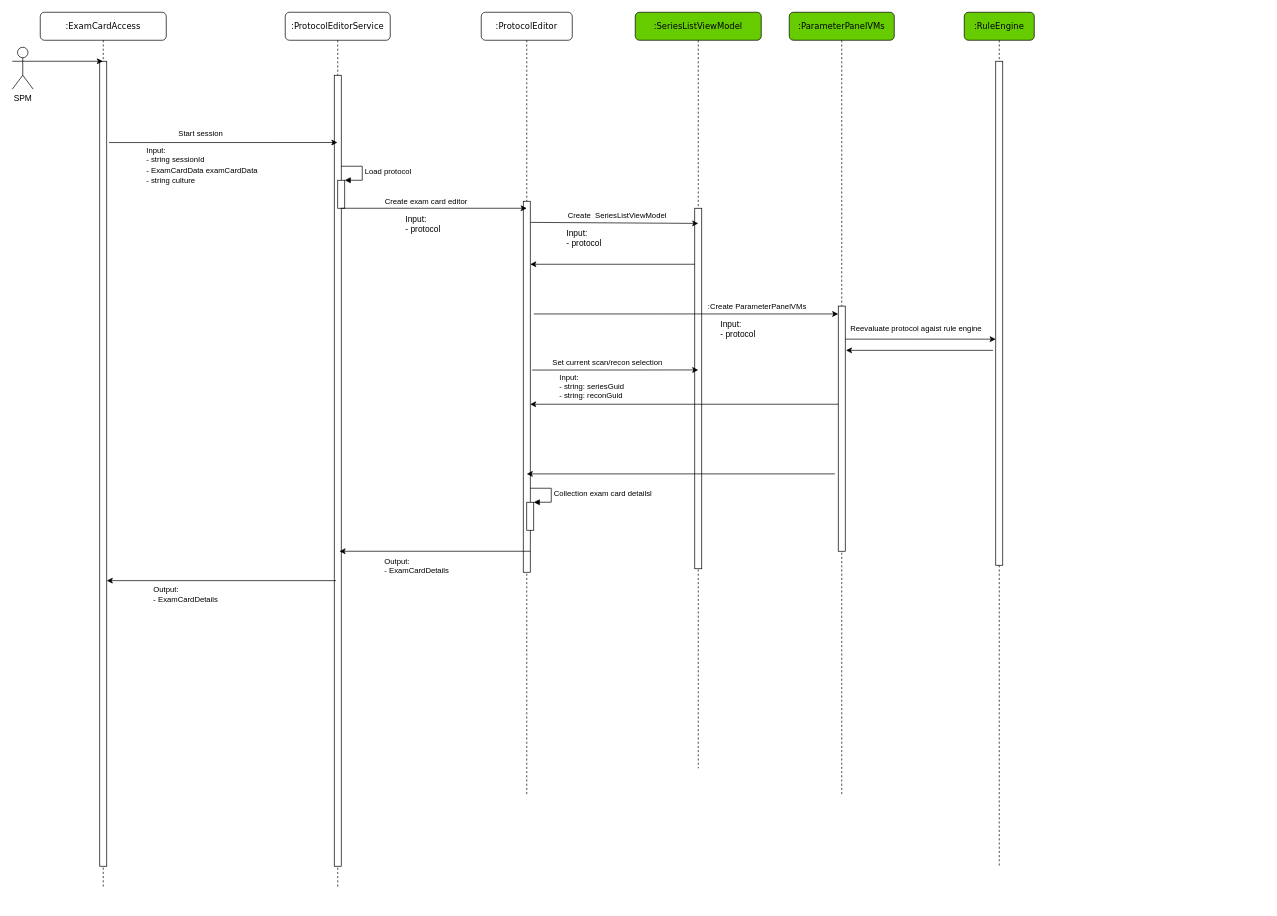
This is SPM-EditParameter.drawio from dfzhangdw/Mindset, a draw.io file, before an edit. Source tidied: cells renumbered, new cells numbered last; positions are measured from the earlier drawing's top-left corner, leaving out a move shared by most shapes. Both pictures are drawn from the tidied source at 70%, with x=0, y=0 at pixel (12, 12).
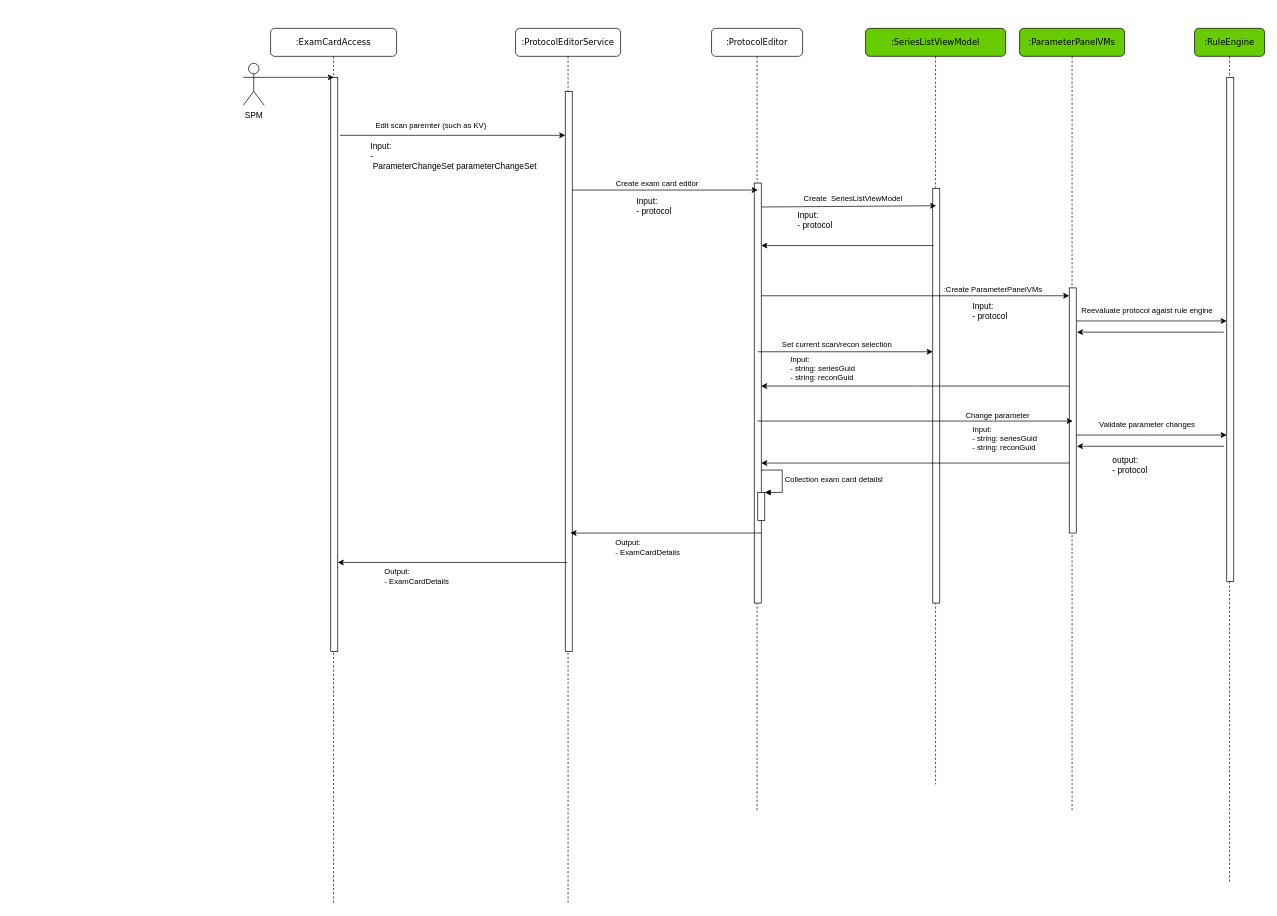
Above is the later version.

What changed in the source:
```diff
@@
     <mxCell id="2" value=":ProtocolEditorService" style="shape=umlLifeline;perimeter=lifelinePerimeter;whiteSpace=wrap;html=1;rounded=1;shadow=0;comic=0;labelBackgroundColor=none;strokeWidth=1;fontFamily=Verdana;fontSize=12;align=center;" parent="1" vertex="1">
-      <mxGeometry x="390" width="150" height="1250" as="geometry" />
+      <mxGeometry x="719" y="23" width="150" height="1250" as="geometry" />
     </mxCell>
     <mxCell id="3" style="html=1;points=[];perimeter=orthogonalPerimeter;rounded=0;shadow=0;comic=0;labelBackgroundColor=none;strokeWidth=1;fontFamily=Verdana;fontSize=12;align=center;" parent="2" vertex="1">
-      <mxGeometry x="70" y="90" width="10" height="1130" as="geometry" />
+      <mxGeometry x="71" y="90" width="10" height="800" as="geometry" />
     </mxCell>
-    <mxCell id="4" style="html=1;points=[];perimeter=orthogonalPerimeter;fontSize=11;" parent="2" vertex="1">
-      <mxGeometry x="75" y="240" width="10" height="40" as="geometry" />
-    </mxCell>
-    <mxCell id="5" value="Load protocol" style="edgeStyle=orthogonalEdgeStyle;html=1;align=left;spacingLeft=2;endArrow=block;rounded=0;entryX=1;entryY=0;fontSize=11;" parent="2" edge="1" target="4">
-      <mxGeometry relative="1" as="geometry">
-        <mxPoint x="80" y="220" as="sourcePoint" />
-        <Array as="points">
-          <mxPoint x="110" y="220" />
-        </Array>
-      </mxGeometry>
-    </mxCell>
     <mxCell id="6" value=":ProtocolEditor" style="shape=umlLifeline;perimeter=lifelinePerimeter;whiteSpace=wrap;html=1;rounded=1;shadow=0;comic=0;labelBackgroundColor=none;strokeWidth=1;fontFamily=Verdana;fontSize=12;align=center;" parent="1" vertex="1">
-      <mxGeometry x="670" width="130" height="1120" as="geometry" />
+      <mxGeometry x="999" y="23" width="130" height="1120" as="geometry" />
     </mxCell>
     <mxCell id="7" style="html=1;points=[];perimeter=orthogonalPerimeter;fontSize=11;" parent="6" vertex="1">
-      <mxGeometry x="60" y="270" width="10" height="530" as="geometry" />
+      <mxGeometry x="61" y="221" width="10" height="600" as="geometry" />
     </mxCell>
     <mxCell id="8" style="html=1;points=[];perimeter=orthogonalPerimeter;fontSize=11;" parent="6" vertex="1">
-      <mxGeometry x="65" y="700" width="10" height="40" as="geometry" />
+      <mxGeometry x="66" y="663" width="10" height="40" as="geometry" />
     </mxCell>
     <mxCell id="9" value="Collection exam card detailsl" style="edgeStyle=orthogonalEdgeStyle;html=1;align=left;spacingLeft=2;endArrow=block;rounded=0;entryX=1;entryY=0;fontSize=11;" parent="6" edge="1" target="8">
       <mxGeometry relative="1" as="geometry">
-        <mxPoint x="70" y="680" as="sourcePoint" />
+        <mxPoint x="71" y="631" as="sourcePoint" />
         <Array as="points">
-          <mxPoint x="100" y="680" />
+          <mxPoint x="101" y="631" />
         </Array>
       </mxGeometry>
     </mxCell>
     <mxCell id="10" style="endArrow=classic;html=1;rounded=0;fontSize=11;" parent="6" edge="1">
       <mxGeometry relative="1" as="geometry">
-        <mxPoint x="70" y="770" as="sourcePoint" />
-        <mxPoint x="-202.5" y="770" as="targetPoint" />
+        <mxPoint x="71" y="721" as="sourcePoint" />
+        <mxPoint x="-201.5" y="721" as="targetPoint" />
       </mxGeometry>
     </mxCell>
     <mxCell id="11" value=":SeriesListViewModel" style="shape=umlLifeline;perimeter=lifelinePerimeter;whiteSpace=wrap;html=1;rounded=1;shadow=0;comic=0;labelBackgroundColor=none;strokeWidth=1;fontFamily=Verdana;fontSize=12;align=center;fillColor=#66CC00;" parent="1" vertex="1">
-      <mxGeometry x="890" width="180" height="1080" as="geometry" />
+      <mxGeometry x="1219" y="23" width="200" height="1080" as="geometry" />
     </mxCell>
     <mxCell id="12" style="html=1;points=[];perimeter=orthogonalPerimeter;rounded=0;shadow=0;comic=0;labelBackgroundColor=none;strokeWidth=1;fontFamily=Verdana;fontSize=12;align=center;" parent="11" vertex="1">
-      <mxGeometry x="85" y="280" width="10" height="515" as="geometry" />
+      <mxGeometry x="96" y="228.5" width="10" height="592.5" as="geometry" />
     </mxCell>
-    <mxCell id="13" style="endArrow=classic;html=1;rounded=0;fontSize=11;" parent="11" edge="1" target="7">
-      <mxGeometry relative="1" as="geometry">
-        <mxPoint x="85" y="360" as="sourcePoint" />
-      </mxGeometry>
-    </mxCell>
     <mxCell id="14" value="Input:&lt;br&gt;- protocol" style="text;html=1;strokeColor=none;fillColor=none;align=left;verticalAlign=middle;whiteSpace=wrap;rounded=0;" parent="11" vertex="1">
-      <mxGeometry x="120" y="430" width="100" height="45" as="geometry" />
+      <mxGeometry x="151" y="381" width="100" height="45" as="geometry" />
     </mxCell>
     <mxCell id="15" style="endArrow=classic;html=1;rounded=0;fontSize=11;" parent="11" edge="1">
       <mxGeometry relative="1" as="geometry">
-        <mxPoint x="290" y="560" as="sourcePoint" />
-        <mxPoint x="-150.2" y="560" as="targetPoint" />
+        <mxPoint x="291" y="511" as="sourcePoint" />
+        <mxPoint x="-149.2" y="511" as="targetPoint" />
         <Array as="points">
-          <mxPoint x="290" y="560" />
-          <mxPoint x="70" y="560" />
+          <mxPoint x="291" y="511" />
+          <mxPoint x="71" y="511" />
         </Array>
       </mxGeometry>
     </mxCell>
+    <mxCell id="45" value="Input:&lt;br style=&quot;border-color: var(--border-color);&quot;&gt;&lt;span style=&quot;&quot;&gt;- string:&amp;nbsp;seriesGuid&lt;/span&gt;&lt;br style=&quot;border-color: var(--border-color);&quot;&gt;&lt;span style=&quot;&quot;&gt;- string: reconGuid&lt;/span&gt;" style="text;html=1;align=left;verticalAlign=middle;strokeColor=none;fillColor=none;fontSize=11;" parent="11" vertex="1">
+      <mxGeometry x="151" y="561" width="120" height="50" as="geometry" />
+    </mxCell>
+    <mxCell id="20" style="endArrow=classic;html=1;rounded=0;fontSize=11;" parent="11" edge="1">
+      <mxGeometry relative="1" as="geometry">
+        <mxPoint x="291.2" y="621" as="sourcePoint" />
+        <mxPoint x="-149" y="621" as="targetPoint" />
+        <Array as="points">
+          <mxPoint x="291.2" y="621" />
+          <mxPoint x="71.2" y="621" />
+        </Array>
+      </mxGeometry>
+    </mxCell>
     <mxCell id="16" value=":RuleEngine" style="shape=umlLifeline;perimeter=lifelinePerimeter;whiteSpace=wrap;html=1;rounded=1;shadow=0;comic=0;labelBackgroundColor=none;strokeWidth=1;fontFamily=Verdana;fontSize=12;align=center;fillColor=#66CC00;" parent="1" vertex="1">
-      <mxGeometry x="1360" width="100" height="1220" as="geometry" />
+      <mxGeometry x="1689" y="23" width="100" height="1220" as="geometry" />
     </mxCell>
     <mxCell id="17" style="html=1;perimeter=orthogonalPerimeter;rounded=0;shadow=0;comic=0;labelBackgroundColor=none;strokeWidth=1;fontFamily=Verdana;fontSize=12;align=center;" parent="16" vertex="1">
-      <mxGeometry x="45" y="70" width="10" height="720" as="geometry" />
+      <mxGeometry x="46" y="70" width="10" height="720" as="geometry" />
     </mxCell>
     <mxCell id="18" value=":ParameterPanelVMs" style="shape=umlLifeline;perimeter=lifelinePerimeter;whiteSpace=wrap;html=1;rounded=1;shadow=0;comic=0;labelBackgroundColor=none;strokeWidth=1;fontFamily=Verdana;fontSize=12;align=center;fillColor=#66CC00;" parent="1" vertex="1">
-      <mxGeometry x="1110" width="150" height="1120" as="geometry" />
+      <mxGeometry x="1439" y="23" width="150" height="1120" as="geometry" />
     </mxCell>
     <mxCell id="19" style="html=1;perimeter=orthogonalPerimeter;rounded=0;shadow=0;comic=0;labelBackgroundColor=none;strokeWidth=1;fontFamily=Verdana;fontSize=12;align=center;" parent="18" vertex="1">
-      <mxGeometry x="70" y="419.8" width="10" height="350.2" as="geometry" />
+      <mxGeometry x="71" y="370.8" width="10" height="350.2" as="geometry" />
     </mxCell>
-    <mxCell id="20" style="endArrow=classic;html=1;rounded=0;fontSize=11;" parent="18" edge="1">
-      <mxGeometry relative="1" as="geometry">
-        <mxPoint x="65.2" y="659.5" as="sourcePoint" />
-        <mxPoint x="-375" y="659.5" as="targetPoint" />
-        <Array as="points">
-          <mxPoint x="65.2" y="659.5" />
-          <mxPoint x="-154.8" y="659.5" />
-        </Array>
-      </mxGeometry>
-    </mxCell>
     <mxCell id="21" value=":ExamCardAccess" style="shape=umlLifeline;perimeter=lifelinePerimeter;whiteSpace=wrap;html=1;outlineConnect=0;rounded=1;shadow=0;comic=0;labelBackgroundColor=none;strokeWidth=1;fontFamily=Verdana;fontSize=12;align=center;" parent="1" vertex="1">
-      <mxGeometry x="40" width="180" height="1250" as="geometry" />
+      <mxGeometry x="369" y="23" width="180" height="1250" as="geometry" />
     </mxCell>
     <mxCell id="22" style="html=1;points=[];perimeter=orthogonalPerimeter;rounded=0;shadow=0;comic=0;labelBackgroundColor=none;strokeWidth=1;fontFamily=Verdana;fontSize=12;align=center;" parent="21" vertex="1">
-      <mxGeometry x="85" y="70" width="10" height="1150" as="geometry" />
+      <mxGeometry x="86" y="70" width="10" height="820" as="geometry" />
     </mxCell>
     <mxCell id="23" value="SPM" style="shape=umlActor;verticalLabelPosition=bottom;verticalAlign=top;html=1;outlineConnect=0;" parent="1" vertex="1">
-      <mxGeometry y="50" width="30" height="60" as="geometry" />
+      <mxGeometry x="330" y="73" width="30" height="60" as="geometry" />
     </mxCell>
-    <mxCell id="24" style="endArrow=classic;html=1;rounded=0;exitX=1.32;exitY=0.101;exitDx=0;exitDy=0;exitPerimeter=0;" parent="1" edge="1" source="22">
-      <mxGeometry relative="1" as="geometry">
-        <mxPoint x="464.5" y="186.1" as="targetPoint" />
-      </mxGeometry>
+    <mxCell id="24" style="endArrow=classic;html=1;rounded=0;exitX=1.32;exitY=0.101;exitDx=0;exitDy=0;exitPerimeter=0;" parent="1" edge="1" source="22" target="3">
+      <mxGeometry relative="1" as="geometry" />
     </mxCell>
-    <mxCell id="25" value="Start session" style="edgeLabel;html=1;align=center;verticalAlign=middle;" parent="24" vertex="1">
+    <mxCell id="25" value="Edit scan paremter (such as KV)" style="edgeLabel;html=1;align=center;verticalAlign=middle;" parent="24" vertex="1">
       <mxGeometry x="-0.36" y="-1" relative="1" as="geometry">
         <mxPoint x="26" y="-15" as="offset" />
       </mxGeometry>
     </mxCell>
-    <mxCell id="26" value="&lt;span style=&quot;font-size: 11px; background-color: rgb(255, 255, 255);&quot;&gt;Input:&lt;br&gt;- string sessionId&lt;/span&gt;&lt;br style=&quot;border-color: var(--border-color); font-size: 11px;&quot;&gt;&lt;div style=&quot;&quot;&gt;&lt;span style=&quot;background-color: rgb(255, 255, 255); font-size: 11px;&quot;&gt;- ExamCardData examCardData&lt;/span&gt;&lt;/div&gt;&lt;span style=&quot;font-size: 11px; background-color: rgb(255, 255, 255);&quot;&gt;- string culture&lt;/span&gt;" style="text;html=1;strokeColor=none;fillColor=none;align=left;verticalAlign=middle;whiteSpace=wrap;rounded=0;" parent="1" vertex="1">
-      <mxGeometry x="190" y="195" width="220" height="45" as="geometry" />
+    <mxCell id="26" value="Input:&lt;br style=&quot;border-color: var(--border-color);&quot;&gt;-&amp;nbsp;ParameterChangeSet&amp;nbsp;parameterChangeSet" style="text;html=1;strokeColor=none;fillColor=none;align=left;verticalAlign=middle;whiteSpace=wrap;rounded=0;" parent="1" vertex="1">
+      <mxGeometry x="510" y="183" width="220" height="45" as="geometry" />
     </mxCell>
     <mxCell id="27" style="endArrow=classic;html=1;rounded=0;startArrow=none;" parent="1" edge="1">
       <mxGeometry relative="1" as="geometry">
-        <mxPoint x="470" y="280" as="sourcePoint" />
-        <mxPoint x="735" y="280" as="targetPoint" />
+        <mxPoint x="800" y="254" as="sourcePoint" />
+        <mxPoint x="1065" y="254" as="targetPoint" />
       </mxGeometry>
     </mxCell>
@@
-    <mxCell id="29" style="endArrow=classic;html=1;rounded=0;fontSize=11;startArrow=none;" parent="1" edge="1">
+    <mxCell id="29" style="endArrow=classic;html=1;rounded=0;fontSize=11;startArrow=none;" parent="1" edge="1" source="7">
       <mxGeometry relative="1" as="geometry">
-        <mxPoint x="745" y="431" as="sourcePoint" />
-        <mxPoint x="1180" y="431" as="targetPoint" />
+        <mxPoint x="1510" y="405" as="targetPoint" />
         <Array as="points">
-          <mxPoint x="920" y="431" />
+          <mxPoint x="1250" y="405" />
         </Array>
       </mxGeometry>
     </mxCell>
     <mxCell id="30" value="Input:&lt;br&gt;- protocol" style="text;html=1;strokeColor=none;fillColor=none;align=left;verticalAlign=middle;whiteSpace=wrap;rounded=0;" parent="1" vertex="1">
-      <mxGeometry x="560" y="280" width="100" height="45" as="geometry" />
+      <mxGeometry x="890" y="254" width="100" height="45" as="geometry" />
     </mxCell>
     <mxCell id="31" value="Input:&lt;br&gt;- protocol" style="text;html=1;strokeColor=none;fillColor=none;align=left;verticalAlign=middle;whiteSpace=wrap;rounded=0;" parent="1" vertex="1">
-      <mxGeometry x="790" y="300" width="100" height="45" as="geometry" />
+      <mxGeometry x="1120" y="274" width="100" height="45" as="geometry" />
     </mxCell>
     <mxCell id="32" style="endArrow=classic;html=1;rounded=0;fontSize=11;startArrow=none;" parent="1" edge="1">
       <mxGeometry relative="1" as="geometry">
-        <mxPoint x="1190" y="467" as="sourcePoint" />
-        <mxPoint x="1405" y="467" as="targetPoint" />
+        <mxPoint x="1520" y="441" as="sourcePoint" />
+        <mxPoint x="1735" y="441" as="targetPoint" />
         <Array as="points">
-          <mxPoint x="1290" y="467" />
+          <mxPoint x="1620" y="441" />
         </Array>
       </mxGeometry>
     </mxCell>
@@
     <mxCell id="34" style="endArrow=classic;html=1;rounded=0;fontSize=11;" parent="1" edge="1">
       <mxGeometry relative="1" as="geometry">
-        <mxPoint x="1401" y="483" as="sourcePoint" />
-        <mxPoint x="1191" y="483" as="targetPoint" />
+        <mxPoint x="1731" y="457" as="sourcePoint" />
+        <mxPoint x="1521" y="457" as="targetPoint" />
       </mxGeometry>
     </mxCell>
-    <mxCell id="35" style="endArrow=classic;html=1;rounded=0;exitX=1;exitY=0.3333333333333333;exitDx=0;exitDy=0;exitPerimeter=0;" parent="1" edge="1" source="23" target="21">
-      <mxGeometry relative="1" as="geometry" />
+    <mxCell id="35" style="endArrow=classic;html=1;rounded=0;exitX=1;exitY=0.3333333333333333;exitDx=0;exitDy=0;exitPerimeter=0;" parent="1" edge="1" source="23">
+      <mxGeometry relative="1" as="geometry">
+        <mxPoint x="459.5" y="93" as="targetPoint" />
+      </mxGeometry>
     </mxCell>
     <mxCell id="36" style="endArrow=classic;html=1;rounded=0;fontSize=11;" parent="1" edge="1">
       <mxGeometry relative="1" as="geometry">
-        <mxPoint x="462.5" y="812" as="sourcePoint" />
-        <mxPoint x="135" y="812" as="targetPoint" />
+        <mxPoint x="792.5" y="786" as="sourcePoint" />
+        <mxPoint x="465" y="786" as="targetPoint" />
       </mxGeometry>
     </mxCell>
     <mxCell id="37" value="Output: &lt;br&gt;- ExamCardDetails" style="edgeLabel;html=1;align=left;verticalAlign=middle;" parent="1" vertex="1">
-      <mxGeometry x="200" y="831" as="geometry" />
+      <mxGeometry x="530" y="805" as="geometry" />
     </mxCell>
     <mxCell id="38" value="Output: &lt;br&gt;- ExamCardDetails" style="edgeLabel;html=1;align=left;verticalAlign=middle;" parent="1" vertex="1">
-      <mxGeometry x="530" y="790" as="geometry" />
+      <mxGeometry x="860" y="764" as="geometry" />
     </mxCell>
@@
-    <mxCell id="42" style="endArrow=classic;html=1;rounded=0;fontSize=11;exitX=1.267;exitY=0.455;exitDx=0;exitDy=0;exitPerimeter=0;" parent="1" edge="1" source="7">
+    <mxCell id="42" style="endArrow=classic;html=1;rounded=0;fontSize=11;" parent="1" edge="1" target="12">
       <mxGeometry relative="1" as="geometry">
-        <mxPoint x="980" y="511" as="targetPoint" />
+        <mxPoint x="1065" y="485" as="sourcePoint" />
       </mxGeometry>
     </mxCell>
@@
     <mxCell id="44" value="Input:&lt;br style=&quot;border-color: var(--border-color);&quot;&gt;&lt;span style=&quot;&quot;&gt;- string:&amp;nbsp;seriesGuid&lt;/span&gt;&lt;br style=&quot;border-color: var(--border-color);&quot;&gt;&lt;span style=&quot;&quot;&gt;- string: reconGuid&lt;/span&gt;" style="text;html=1;align=left;verticalAlign=middle;strokeColor=none;fillColor=none;fontSize=11;" parent="1" vertex="1">
-      <mxGeometry x="780" y="510" width="120" height="50" as="geometry" />
+      <mxGeometry x="1110" y="484" width="120" height="50" as="geometry" />
     </mxCell>
+    <mxCell id="46" style="endArrow=classic;html=1;rounded=0;fontSize=11;" parent="1" edge="1">
+      <mxGeometry relative="1" as="geometry">
+        <mxPoint x="1064.2" y="584" as="sourcePoint" />
+        <mxPoint x="1515" y="584" as="targetPoint" />
+      </mxGeometry>
+    </mxCell>
+    <mxCell id="47" value="Change parameter&amp;nbsp;" style="edgeLabel;html=1;align=center;verticalAlign=middle;fontSize=11;" parent="46" vertex="1">
+      <mxGeometry x="-0.07" y="-2" relative="1" as="geometry">
+        <mxPoint x="134" y="-11" as="offset" />
+      </mxGeometry>
+    </mxCell>
+    <mxCell id="48" style="endArrow=classic;html=1;rounded=0;fontSize=11;startArrow=none;" parent="1" edge="1">
+      <mxGeometry relative="1" as="geometry">
+        <mxPoint x="1520" y="604" as="sourcePoint" />
+        <mxPoint x="1735" y="604" as="targetPoint" />
+        <Array as="points">
+          <mxPoint x="1620" y="604" />
+        </Array>
+      </mxGeometry>
+    </mxCell>
+    <mxCell id="49" value="Validate parameter changes" style="edgeLabel;html=1;align=center;verticalAlign=middle;fontSize=11;" parent="48" vertex="1">
+      <mxGeometry x="-0.09" y="1" relative="1" as="geometry">
+        <mxPoint x="2" y="-15" as="offset" />
+      </mxGeometry>
+    </mxCell>
+    <mxCell id="50" style="endArrow=classic;html=1;rounded=0;fontSize=11;" parent="1" edge="1">
+      <mxGeometry relative="1" as="geometry">
+        <mxPoint x="1731" y="620" as="sourcePoint" />
+        <mxPoint x="1521" y="620" as="targetPoint" />
+      </mxGeometry>
+    </mxCell>
+    <mxCell id="13" style="endArrow=classic;html=1;rounded=0;fontSize=11;exitX=0.117;exitY=0.16;exitDx=0;exitDy=0;exitPerimeter=0;" parent="1" edge="1">
+      <mxGeometry relative="1" as="geometry">
+        <mxPoint x="1316.2" y="333.3" as="sourcePoint" />
+        <mxPoint x="1070" y="333.3" as="targetPoint" />
+      </mxGeometry>
+    </mxCell>
+    <mxCell id="51" value="output:&lt;br&gt;- protocol" style="text;html=1;strokeColor=none;fillColor=none;align=left;verticalAlign=middle;whiteSpace=wrap;rounded=0;" parent="1" vertex="1">
+      <mxGeometry x="1570" y="624" width="100" height="45" as="geometry" />
+    </mxCell>
```
